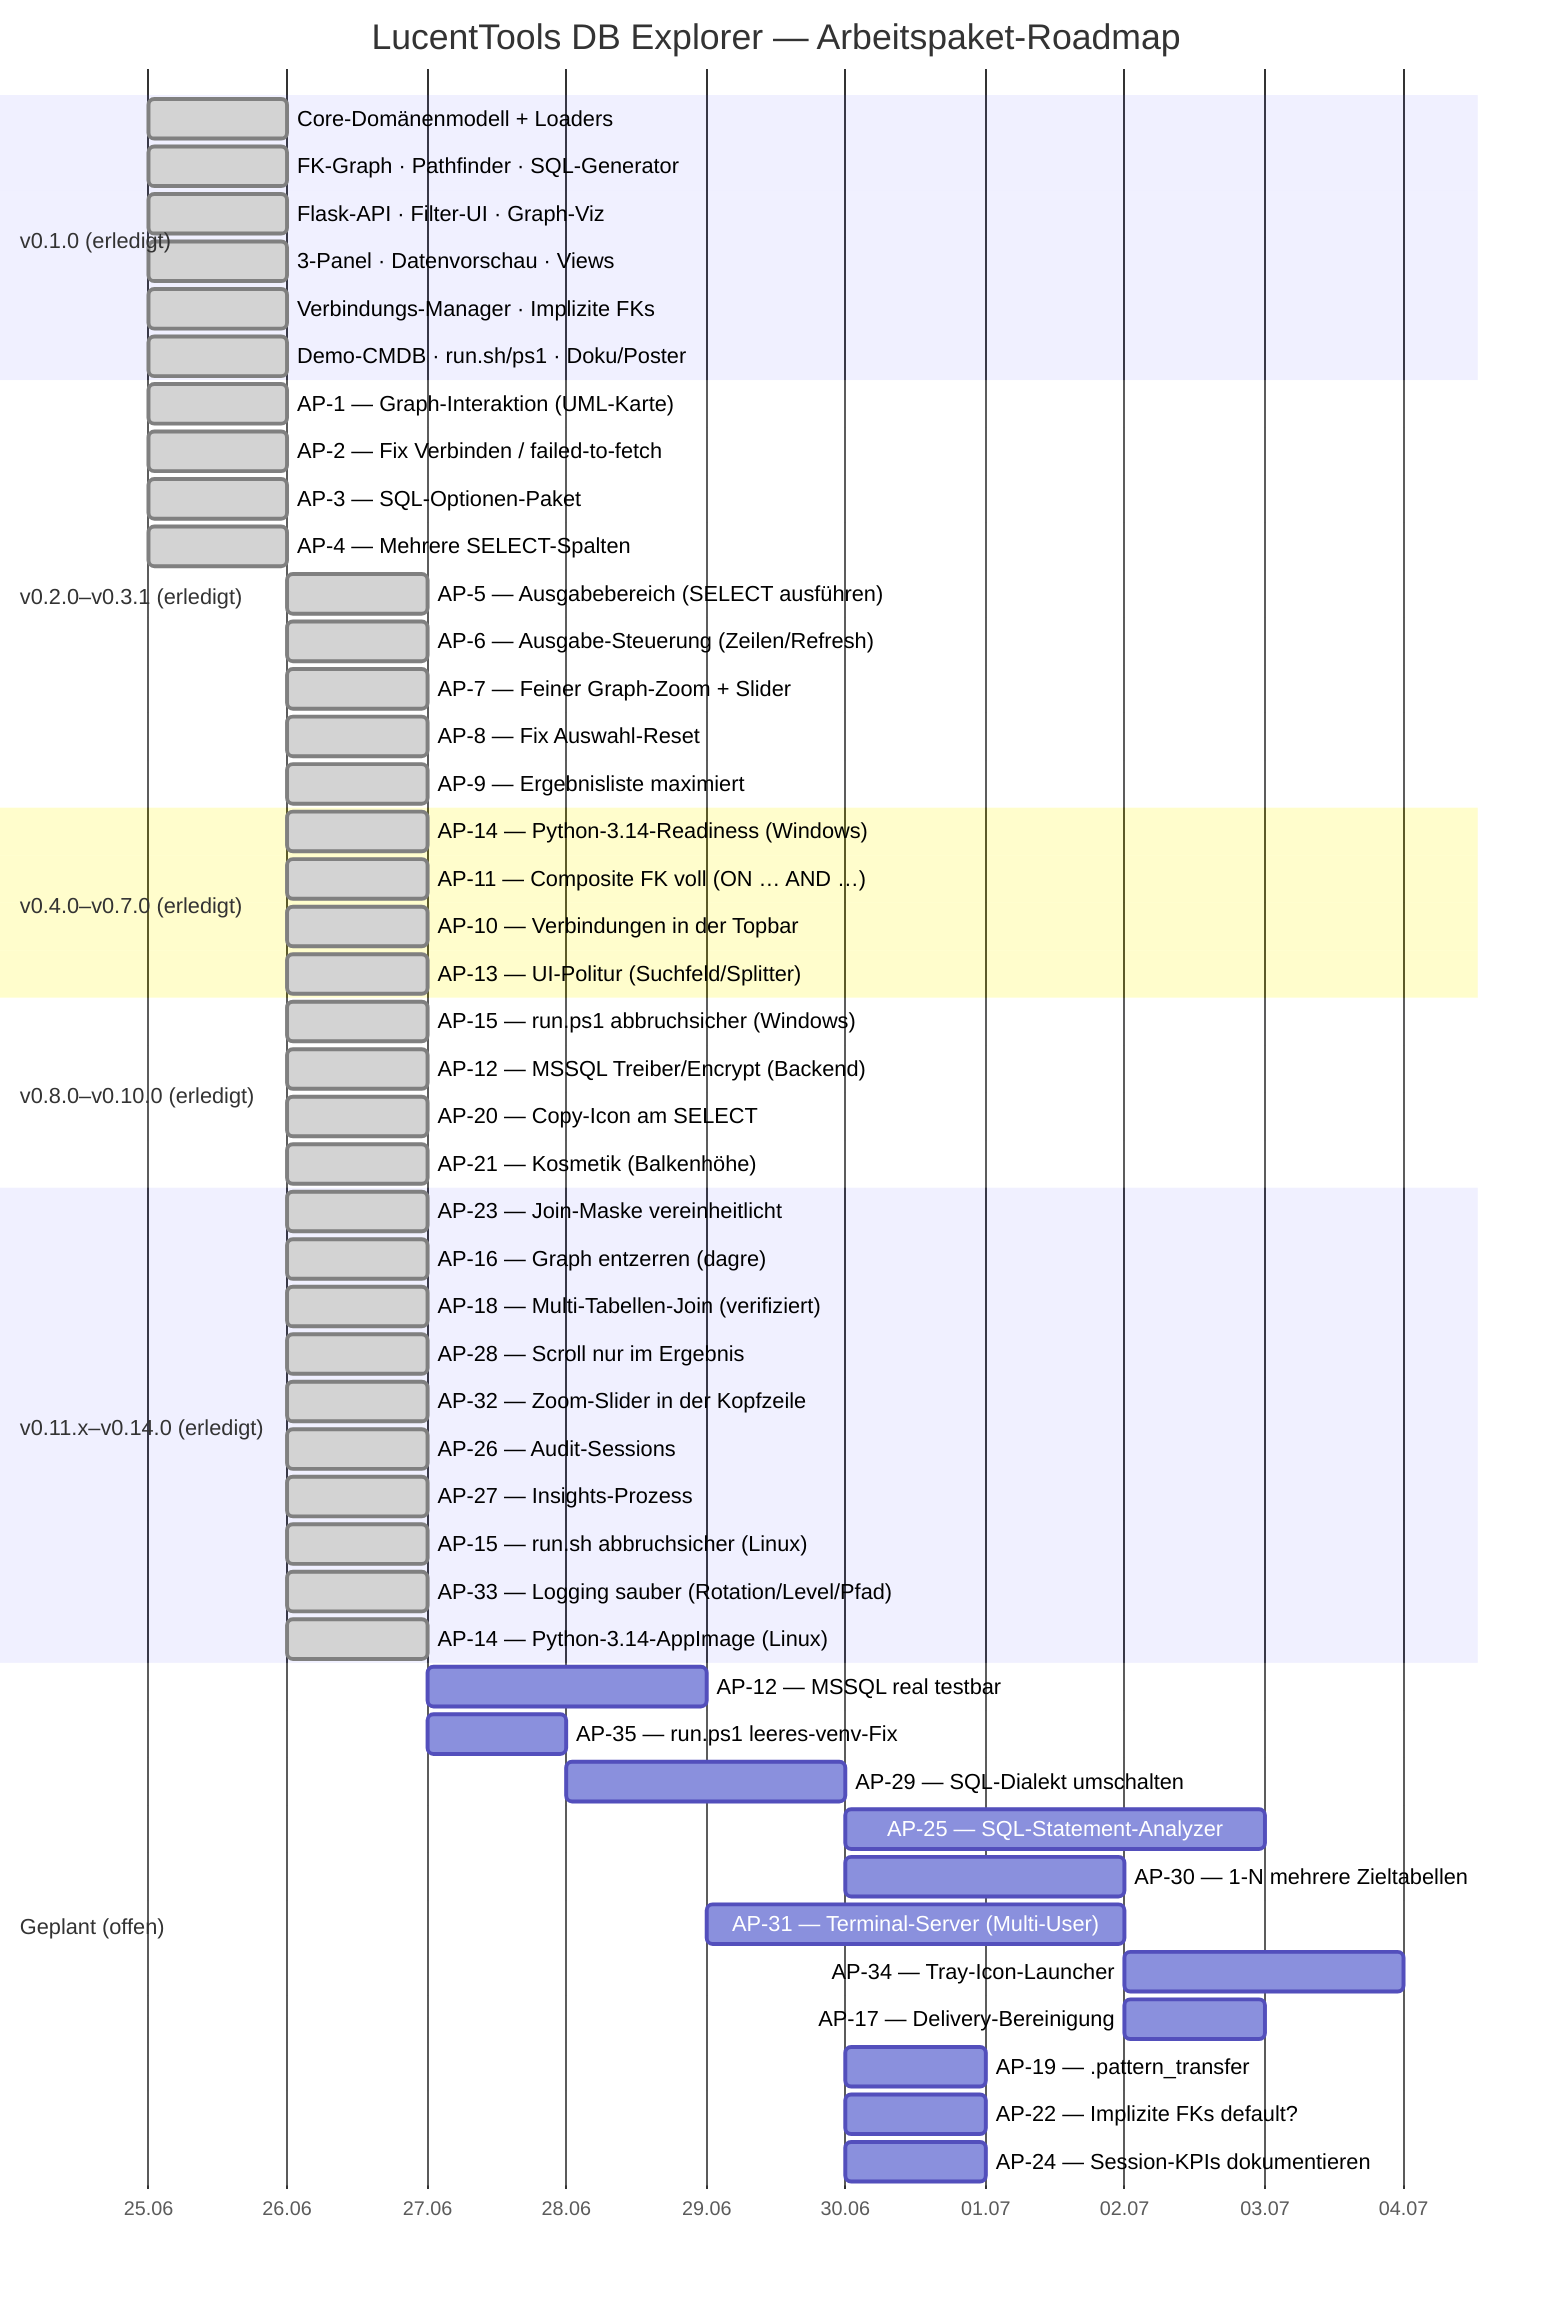
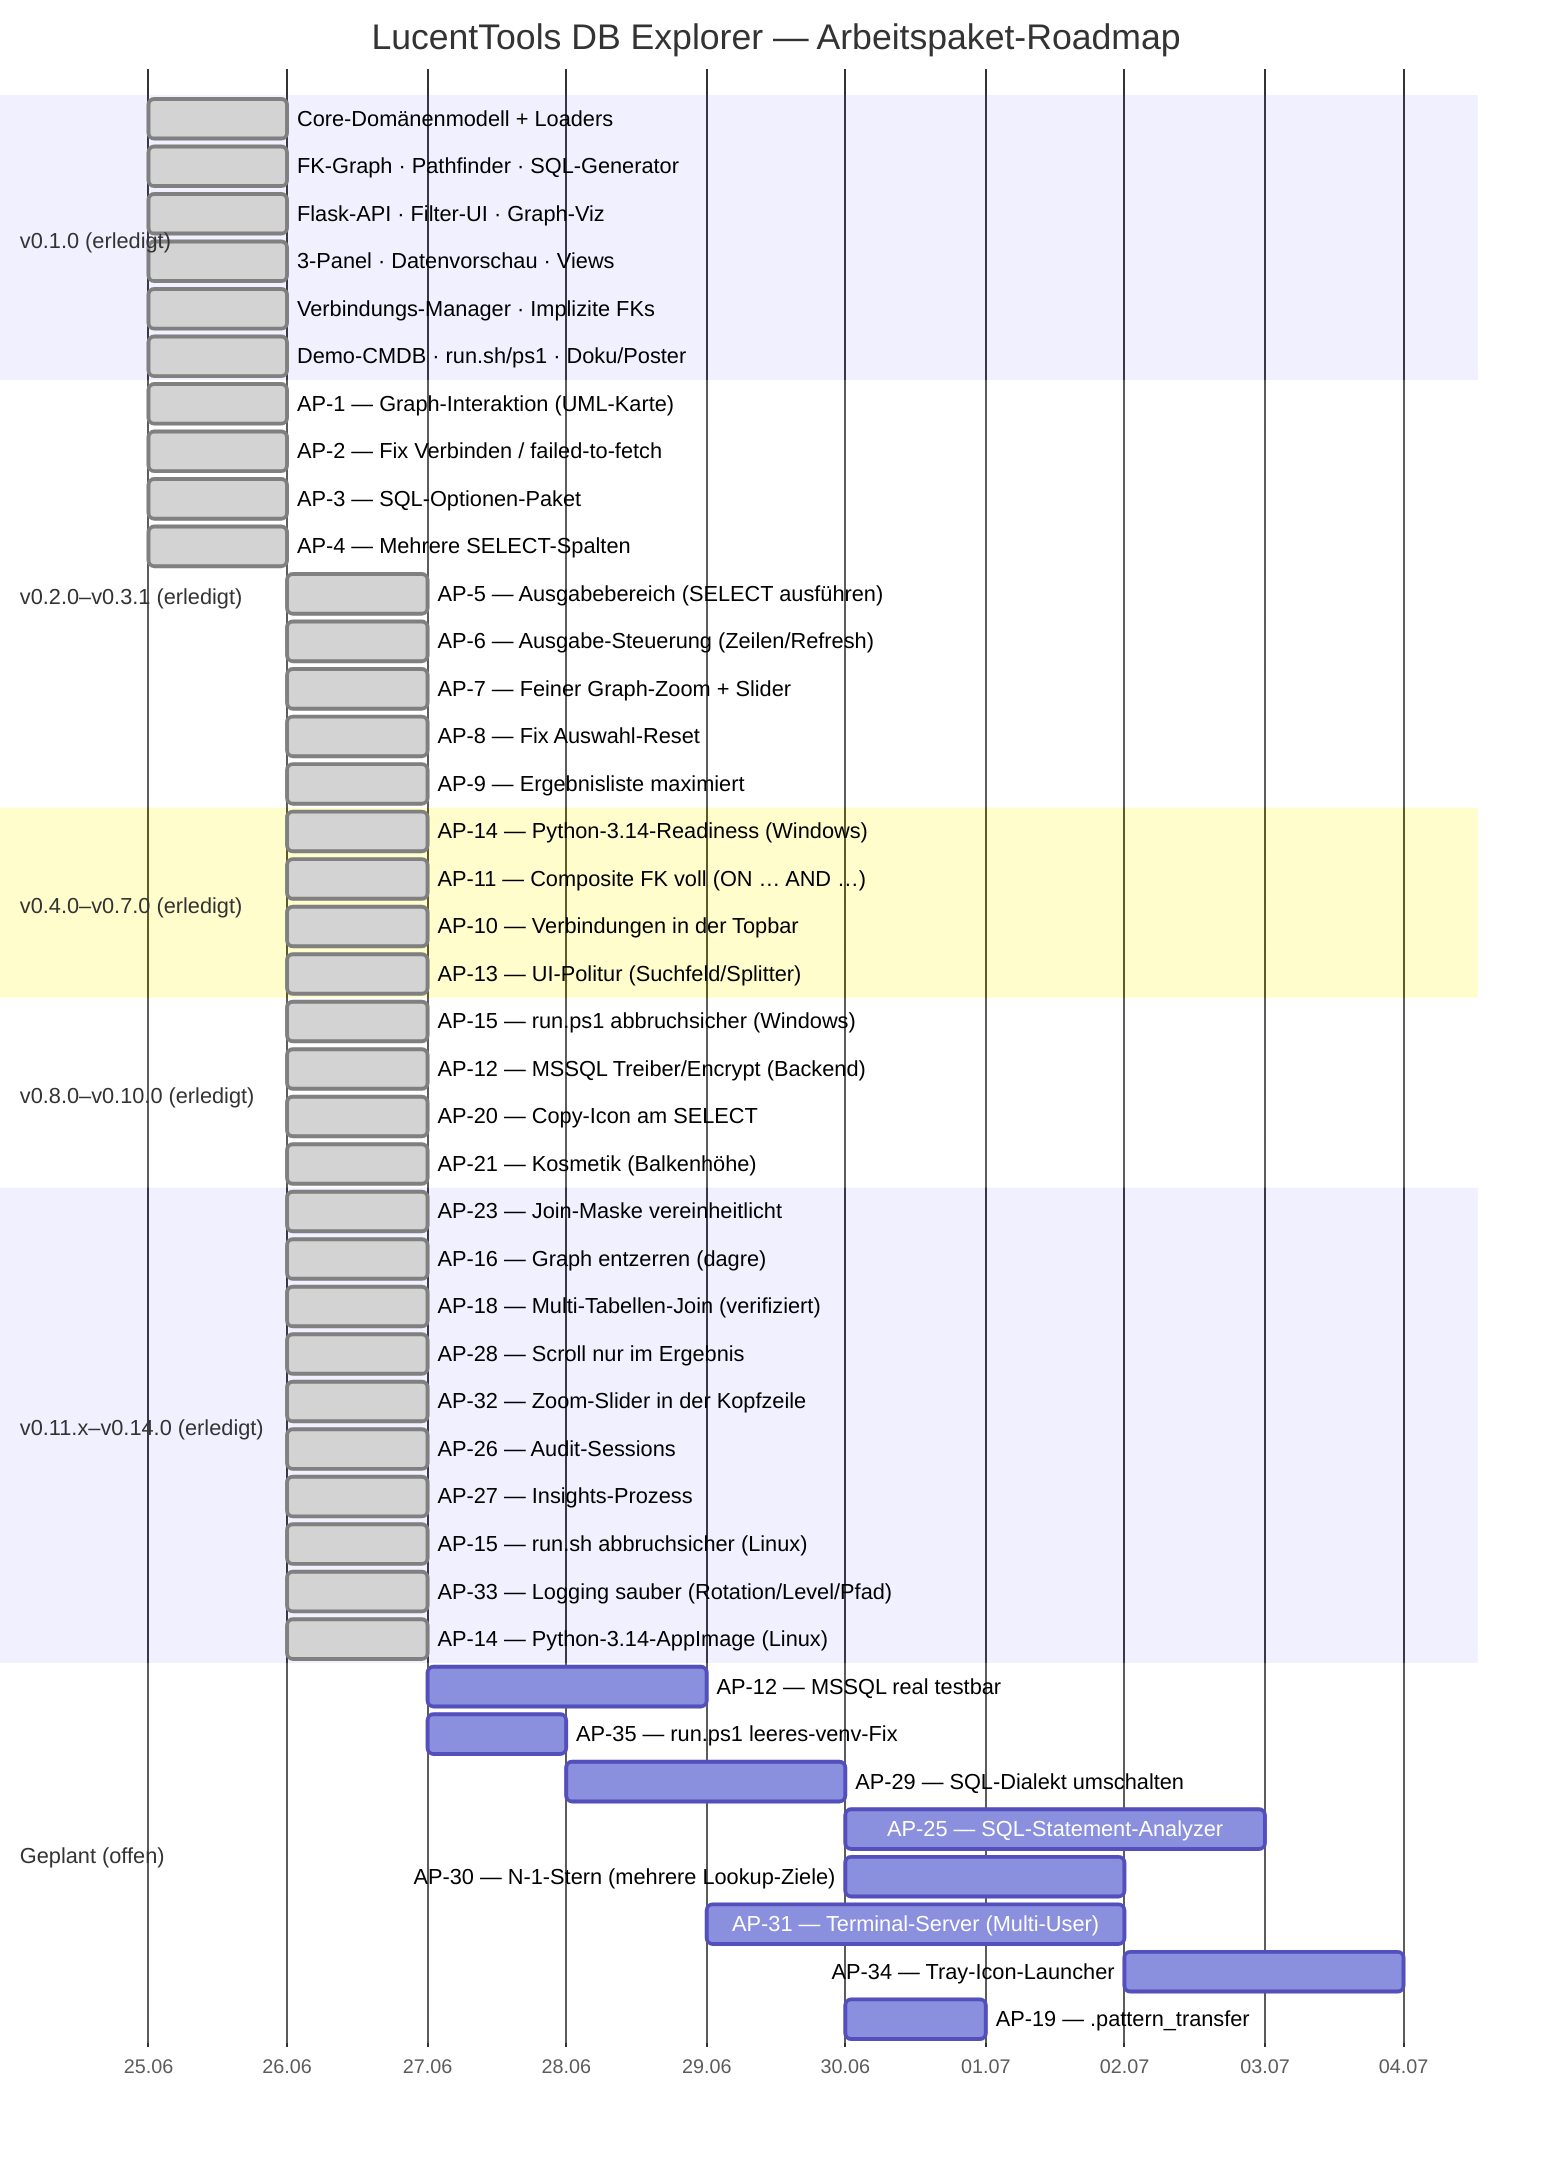
gantt
    title LucentTools DB Explorer — Arbeitspaket-Roadmap
    dateFormat  YYYY-MM-DD
    axisFormat  %d.%m

    section v0.1.0 (erledigt)
    Core-Domänenmodell + Loaders          :done, d1, 2026-06-25, 1d
    FK-Graph · Pathfinder · SQL-Generator :done, d2, 2026-06-25, 1d
    Flask-API · Filter-UI · Graph-Viz     :done, d3, 2026-06-25, 1d
    3-Panel · Datenvorschau · Views       :done, d4, 2026-06-25, 1d
    Verbindungs-Manager · Implizite FKs   :done, d5, 2026-06-25, 1d
    Demo-CMDB · run.sh/ps1 · Doku/Poster  :done, d6, 2026-06-25, 1d

    section v0.2.0–v0.3.1 (erledigt)
    AP-1 — Graph-Interaktion (UML-Karte)        :done, a1, 2026-06-25, 1d
    AP-2 — Fix Verbinden / failed-to-fetch      :done, a2, 2026-06-25, 1d
    AP-3 — SQL-Optionen-Paket                   :done, a3, 2026-06-25, 1d
    AP-4 — Mehrere SELECT-Spalten               :done, a4, 2026-06-25, 1d
    AP-5 — Ausgabebereich (SELECT ausführen)    :done, a5, 2026-06-26, 1d
    AP-6 — Ausgabe-Steuerung (Zeilen/Refresh)   :done, a6, 2026-06-26, 1d
    AP-7 — Feiner Graph-Zoom + Slider           :done, a7, 2026-06-26, 1d
    AP-8 — Fix Auswahl-Reset                    :done, a8, 2026-06-26, 1d
    AP-9 — Ergebnisliste maximiert              :done, a9, 2026-06-26, 1d

    section v0.4.0–v0.7.0 (erledigt)
    AP-14 — Python-3.14-Readiness (Windows)     :done, b1, 2026-06-26, 1d
    AP-11 — Composite FK voll (ON … AND …)      :done, b2, 2026-06-26, 1d
    AP-10 — Verbindungen in der Topbar          :done, b3, 2026-06-26, 1d
    AP-13 — UI-Politur (Suchfeld/Splitter)      :done, b4, 2026-06-26, 1d

    section v0.8.0–v0.10.0 (erledigt)
    AP-15 — run.ps1 abbruchsicher (Windows)     :done, c1, 2026-06-26, 1d
    AP-12 — MSSQL Treiber/Encrypt (Backend)     :done, c2, 2026-06-26, 1d
    AP-20 — Copy-Icon am SELECT                 :done, c3, 2026-06-26, 1d
    AP-21 — Kosmetik (Balkenhöhe)               :done, c4, 2026-06-26, 1d

    section v0.11.x–v0.14.0 (erledigt)
    AP-23 — Join-Maske vereinheitlicht          :done, e1, 2026-06-26, 1d
    AP-16 — Graph entzerren (dagre)             :done, e2, 2026-06-26, 1d
    AP-18 — Multi-Tabellen-Join (verifiziert)   :done, e3, 2026-06-26, 1d
    AP-28 — Scroll nur im Ergebnis              :done, e4, 2026-06-26, 1d
    AP-32 — Zoom-Slider in der Kopfzeile        :done, e5, 2026-06-26, 1d
    AP-26 — Audit-Sessions                      :done, e6, 2026-06-26, 1d
    AP-27 — Insights-Prozess                    :done, e7, 2026-06-26, 1d
    AP-15 — run.sh abbruchsicher (Linux)        :done, e8, 2026-06-26, 1d
    AP-33 — Logging sauber (Rotation/Level/Pfad) :done, e9, 2026-06-26, 1d
    AP-14 — Python-3.14-AppImage (Linux)         :done, e10, 2026-06-26, 1d

    section Geplant (offen)
    AP-12 — MSSQL real testbar                  :p1, 2026-06-27, 2d
    AP-35 — run.ps1 leeres-venv-Fix             :p3, 2026-06-27, 1d
    AP-29 — SQL-Dialekt umschalten              :p4, 2026-06-28, 2d
    AP-25 — SQL-Statement-Analyzer              :p5, after p4, 3d
-     AP-30 — 1-N mehrere Zieltabellen            :p6, after p4, 2d
+     AP-30 — N-1-Stern (mehrere Lookup-Ziele)    :p6, after p4, 2d
    AP-31 — Terminal-Server (Multi-User)        :p7, 2026-06-29, 3d
    AP-34 — Tray-Icon-Launcher                  :p9, after p7, 2d
-     AP-17 — Delivery-Bereinigung                :p10, after p7, 1d
    AP-19 — .pattern_transfer                   :p11, 2026-06-30, 1d
-     AP-22 — Implizite FKs default?              :p12, 2026-06-30, 1d
-     AP-24 — Session-KPIs dokumentieren          :p13, 2026-06-30, 1d
